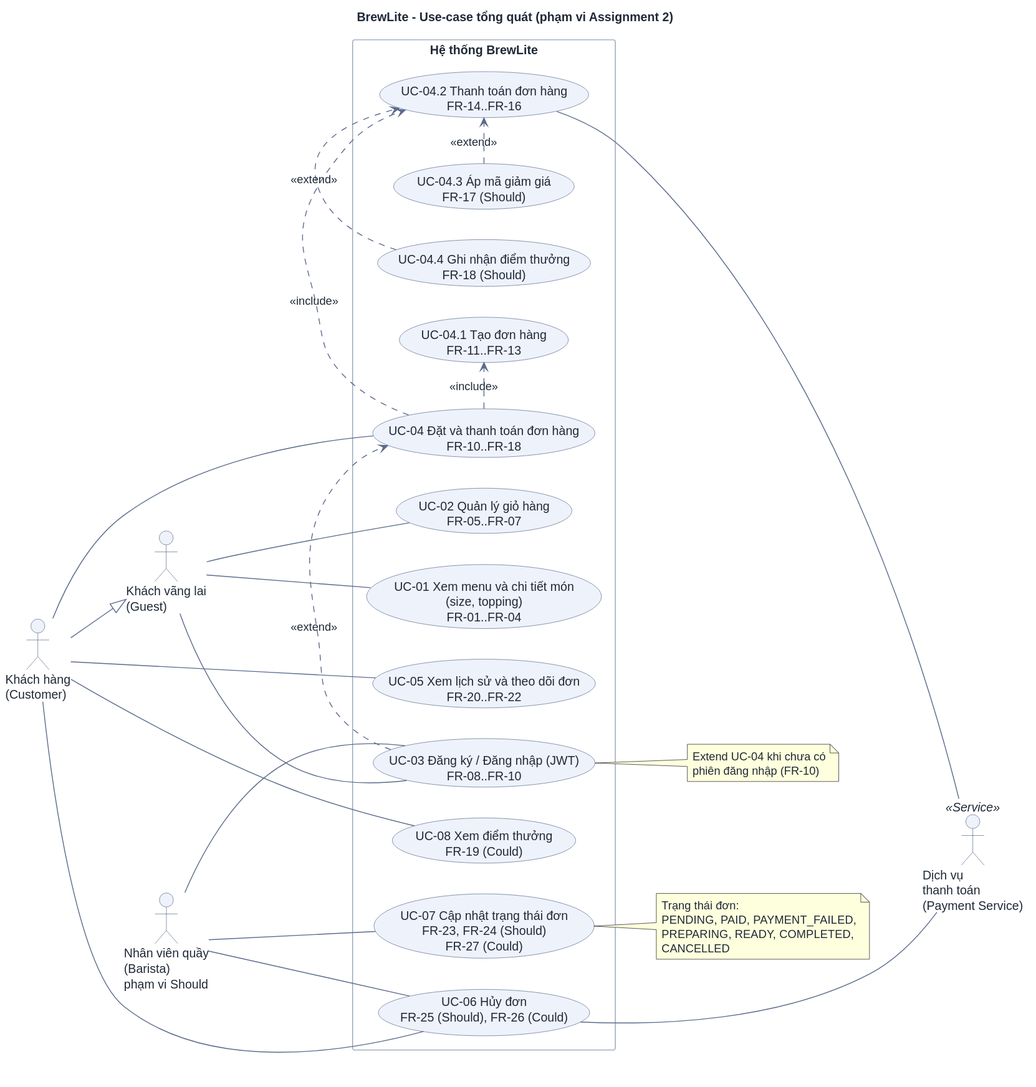
Earlier version of the PlantUML export docs/requirements/use-case-overview.svg (DuVinhLoi/BrewLite).
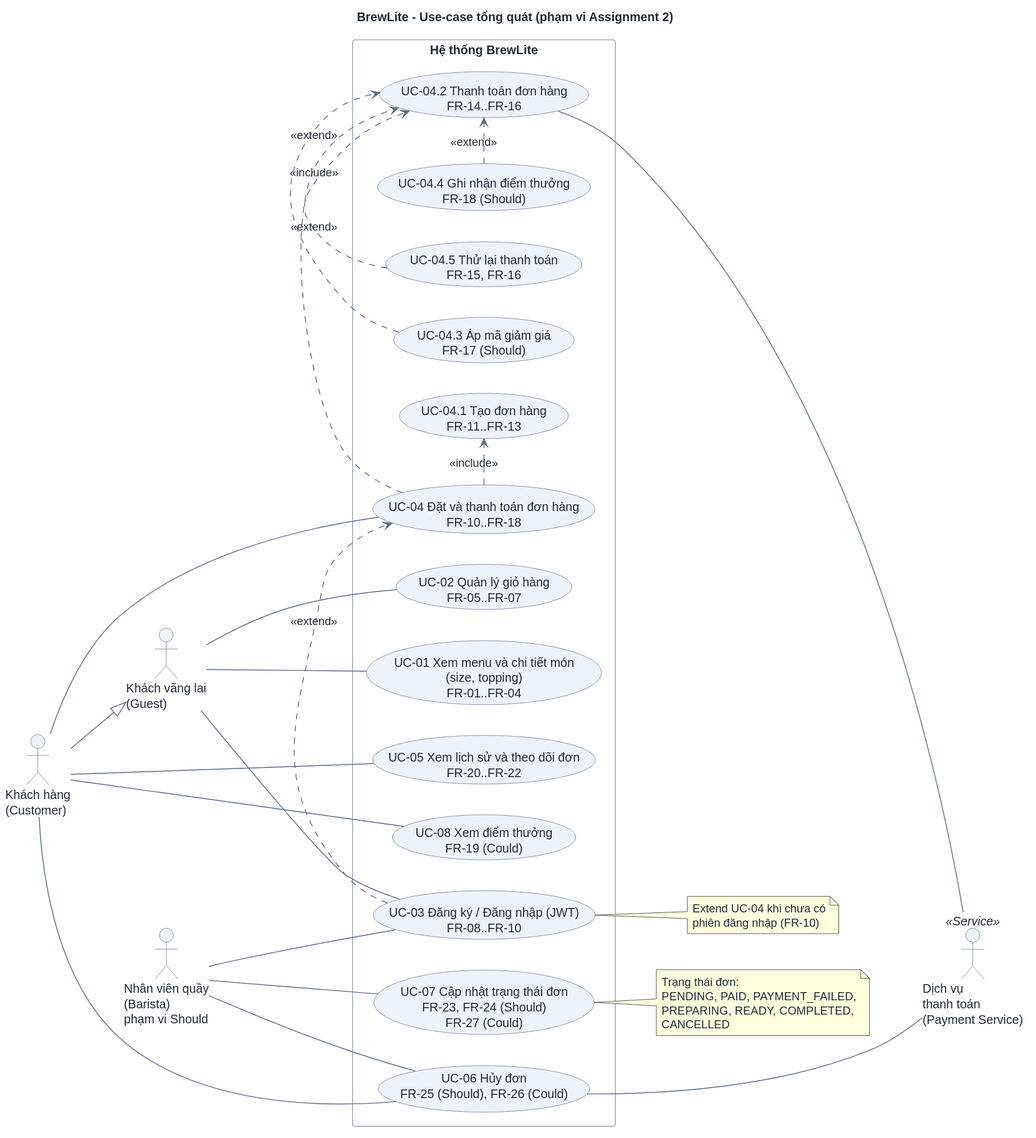
After the commit.

Commit message:
docs(requirements): draft checkout use-case specification

Diff of the diagram source:
```diff
@@ -32,6 +32,7 @@
   usecase "UC-04.2 Thanh toán đơn hàng\nFR-14..FR-16" as UC042
   usecase "UC-04.3 Áp mã giảm giá\nFR-17 (Should)" as UC043
   usecase "UC-04.4 Ghi nhận điểm thưởng\nFR-18 (Should)" as UC044
+  usecase "UC-04.5 Thử lại thanh toán\nFR-15, FR-16" as UC045
   usecase "UC-05 Xem lịch sử và theo dõi đơn\nFR-20..FR-22" as UC05
   usecase "UC-06 Hủy đơn\nFR-25 (Should), FR-26 (Could)" as UC06
   usecase "UC-07 Cập nhật trạng thái đơn\nFR-23, FR-24 (Should)\nFR-27 (Could)" as UC07
@@ -55,6 +56,7 @@
 UC04 .> UC042 : <<include>>
 UC043 .> UC042 : <<extend>>
 UC044 .> UC042 : <<extend>>
+UC045 .> UC042 : <<extend>>
 UC03 .> UC04 : <<extend>>
 
 UC042 --- Pay
```
